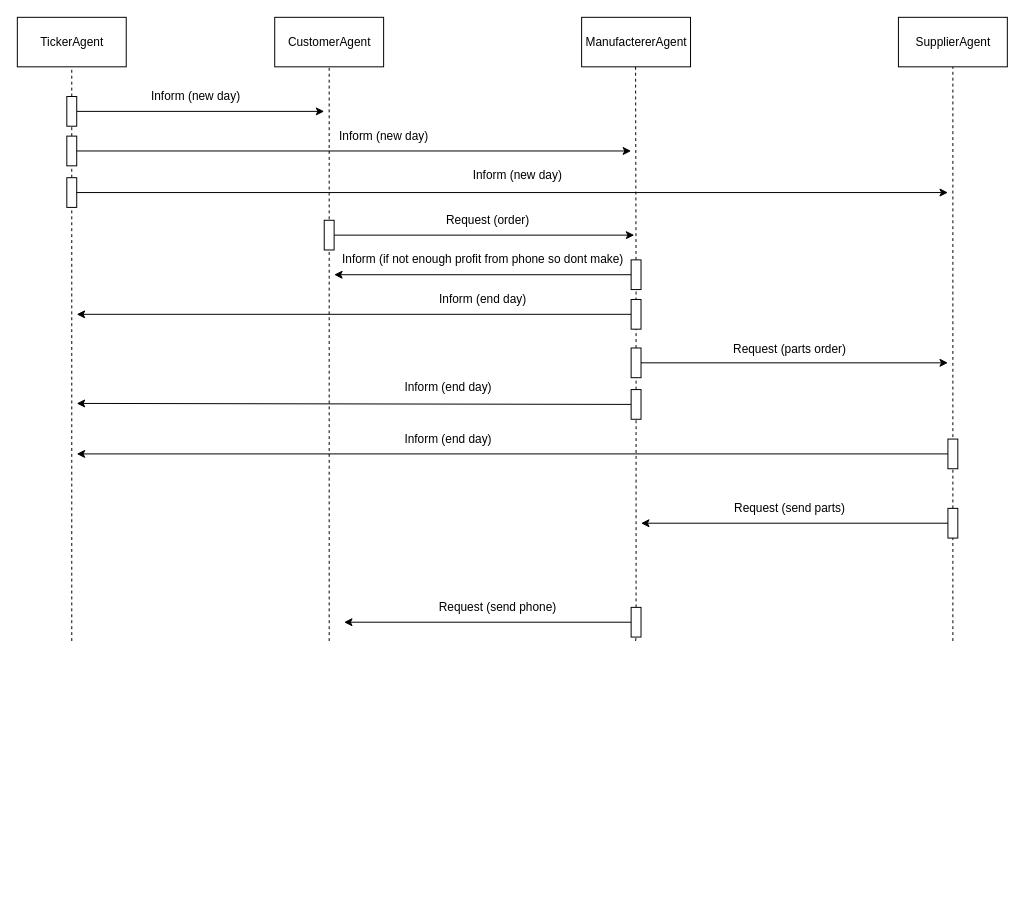
The draw.io diagram Coursework/Communication Protocols.drawio in U9601/Multi-AgentSystems, before the edit. Source tidied: cells renumbered, new cells numbered last; positions are measured from the earlier drawing's top-left corner, leaving out a move shared by most shapes. Both pictures are drawn from the tidied source at 99%, with x=0, y=0 at pixel (17, 17).
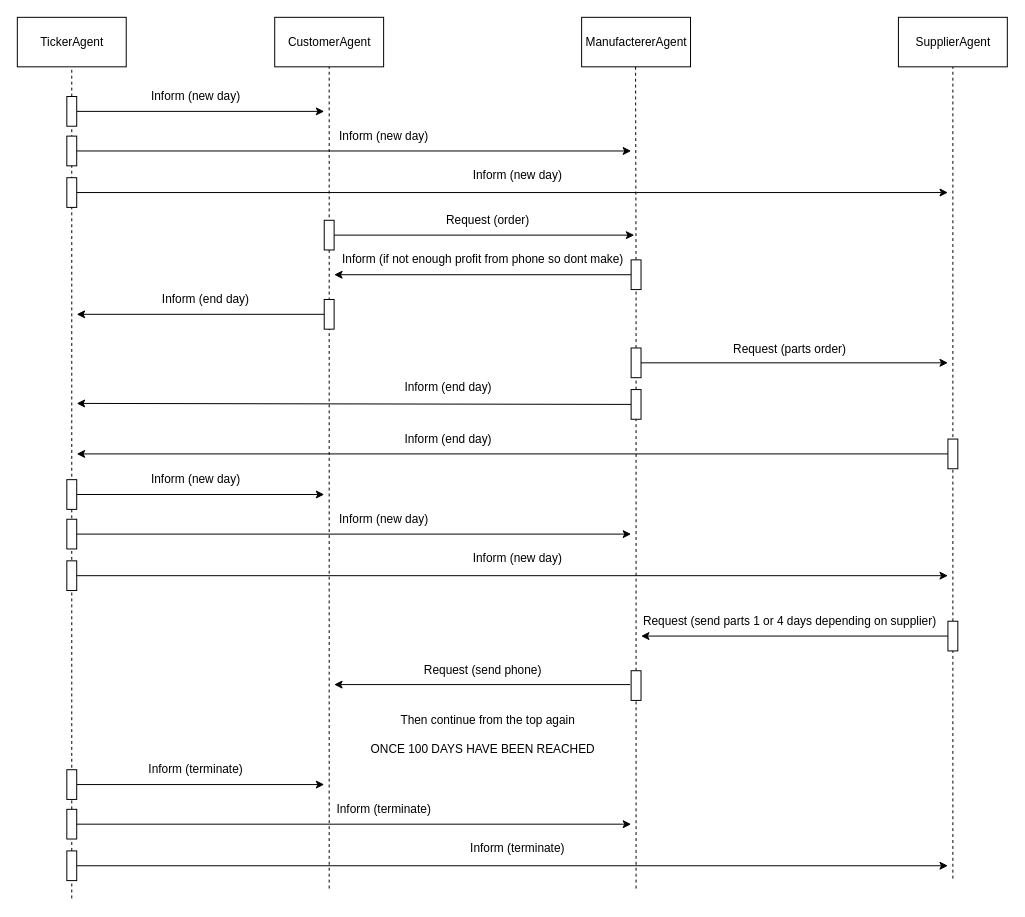
Above is the later version.

The change refers to these unchanged cells:
```xml
<mxCell id="3" value="CustomerAgent" style="html=1;" parent="1" vertex="1">
  <mxGeometry x="260" width="110" height="50" as="geometry" />
</mxCell>
<mxCell id="11" style="rounded=0;whiteSpace=wrap;html=1;" parent="1" vertex="1">
  <mxGeometry x="50" y="80" width="10" height="30" as="geometry" />
</mxCell>
```

The edit, as a diff of the source:
```diff
@@
     <mxCell id="7" style="endArrow=none;dashed=1;html=1;entryX=0.5;entryY=1;entryDx=0;entryDy=0;" parent="1" edge="1" target="3">
       <mxGeometry relative="1" as="geometry">
-        <mxPoint x="315" y="630" as="sourcePoint" />
+        <mxPoint x="315" y="880" as="sourcePoint" />
       </mxGeometry>
     </mxCell>
@@
     <mxCell id="12" style="endArrow=none;dashed=1;html=1;entryX=0.5;entryY=1;entryDx=0;entryDy=0;" parent="1" edge="1" target="11">
       <mxGeometry relative="1" as="geometry">
-        <mxPoint x="55" y="630" as="sourcePoint" />
+        <mxPoint x="55" y="890" as="sourcePoint" />
       </mxGeometry>
     </mxCell>
@@
     <mxCell id="30" style="rounded=0;whiteSpace=wrap;html=1;" parent="1" vertex="1">
-      <mxGeometry x="940" y="496" width="10" height="30" as="geometry" />
+      <mxGeometry x="940" y="610" width="10" height="30" as="geometry" />
     </mxCell>
     <mxCell id="31" style="endArrow=none;dashed=1;html=1;entryX=0.5;entryY=1;entryDx=0;entryDy=0;" parent="1" edge="1" target="30">
       <mxGeometry relative="1" as="geometry">
-        <mxPoint x="945" y="630" as="sourcePoint" />
+        <mxPoint x="945" y="870" as="sourcePoint" />
       </mxGeometry>
     </mxCell>
     <mxCell id="32" style="endArrow=classic;html=1;exitX=0;exitY=0.5;exitDx=0;exitDy=0;" parent="1" edge="1" source="30">
       <mxGeometry relative="1" as="geometry">
-        <mxPoint x="630" y="511" as="targetPoint" />
+        <mxPoint x="630" y="625" as="targetPoint" />
       </mxGeometry>
     </mxCell>
-    <mxCell id="33" value="Request (send parts)" style="text;html=1;align=center;verticalAlign=middle;" parent="1" vertex="1">
-      <mxGeometry x="715" y="486" width="130" height="20" as="geometry" />
+    <mxCell id="33" value="Request (send parts 1 or 4 days depending on supplier)" style="text;html=1;align=center;verticalAlign=middle;" parent="1" vertex="1">
+      <mxGeometry x="625" y="600" width="310" height="20" as="geometry" />
     </mxCell>
     <mxCell id="34" style="rounded=0;whiteSpace=wrap;html=1;" parent="1" vertex="1">
-      <mxGeometry x="620" y="596" width="10" height="30" as="geometry" />
+      <mxGeometry x="620" y="660" width="10" height="30" as="geometry" />
     </mxCell>
     <mxCell id="35" style="endArrow=none;dashed=1;html=1;entryX=0.5;entryY=1;entryDx=0;entryDy=0;fontStyle=1;" parent="1" edge="1" target="34">
       <mxGeometry relative="1" as="geometry">
-        <mxPoint x="624.5" y="630" as="sourcePoint" />
+        <mxPoint x="625" y="880" as="sourcePoint" />
       </mxGeometry>
     </mxCell>
-    <mxCell id="36" style="endArrow=classic;html=1;exitX=0;exitY=0.5;exitDx=0;exitDy=0;" parent="1" edge="1" source="34">
+    <mxCell id="36" style="endArrow=classic;html=1;exitX=0;exitY=0.5;exitDx=0;exitDy=0;" parent="1" edge="1">
       <mxGeometry relative="1" as="geometry">
-        <mxPoint x="330" y="611" as="targetPoint" />
+        <mxPoint x="619" y="674" as="sourcePoint" />
+        <mxPoint x="320" y="674" as="targetPoint" />
       </mxGeometry>
     </mxCell>
     <mxCell id="37" value="Request (send phone)" style="text;html=1;align=center;verticalAlign=middle;" parent="1" vertex="1">
-      <mxGeometry x="420" y="586" width="130" height="20" as="geometry" />
+      <mxGeometry x="405" y="650" width="130" height="20" as="geometry" />
     </mxCell>
@@
-    <mxCell id="43" style="endArrow=classic;html=1;exitX=1;exitY=0.5;exitDx=0;exitDy=0;" parent="1" edge="1">
+    <mxCell id="43" style="endArrow=classic;html=1;" parent="1" edge="1">
       <mxGeometry relative="1" as="geometry">
-        <mxPoint x="630" y="300" as="sourcePoint" />
+        <mxPoint x="310" y="300" as="sourcePoint" />
         <mxPoint x="60" y="300" as="targetPoint" />
       </mxGeometry>
     </mxCell>
     <mxCell id="44" value="Inform (end day)" style="text;html=1;align=center;verticalAlign=middle;" parent="1" vertex="1">
-      <mxGeometry x="420" y="275" width="100" height="20" as="geometry" />
+      <mxGeometry x="140" y="275" width="100" height="20" as="geometry" />
     </mxCell>
     <mxCell id="45" style="rounded=0;whiteSpace=wrap;html=1;" parent="1" vertex="1">
-      <mxGeometry x="620" y="285" width="10" height="30" as="geometry" />
+      <mxGeometry x="310" y="285" width="10" height="30" as="geometry" />
     </mxCell>
@@
+    <mxCell id="48" style="endArrow=classic;html=1;exitX=1;exitY=0.5;exitDx=0;exitDy=0;" parent="1" edge="1" source="49">
+      <mxGeometry relative="1" as="geometry">
+        <mxPoint x="310" y="482" as="targetPoint" />
+      </mxGeometry>
+    </mxCell>
+    <mxCell id="49" style="rounded=0;whiteSpace=wrap;html=1;" parent="1" vertex="1">
+      <mxGeometry x="50" y="467" width="10" height="30" as="geometry" />
+    </mxCell>
+    <mxCell id="50" value="Inform (new day)" style="text;html=1;align=center;verticalAlign=middle;" parent="1" vertex="1">
+      <mxGeometry x="125" y="457" width="110" height="20" as="geometry" />
+    </mxCell>
+    <mxCell id="51" style="rounded=0;whiteSpace=wrap;html=1;" parent="1" vertex="1">
+      <mxGeometry x="50" y="507" width="10" height="30" as="geometry" />
+    </mxCell>
+    <mxCell id="52" style="endArrow=classic;html=1;exitX=1;exitY=0.5;exitDx=0;exitDy=0;" parent="1" edge="1" source="51">
+      <mxGeometry relative="1" as="geometry">
+        <mxPoint x="620" y="522" as="targetPoint" />
+      </mxGeometry>
+    </mxCell>
+    <mxCell id="53" value="Inform (new day)" style="text;html=1;align=center;verticalAlign=middle;" parent="1" vertex="1">
+      <mxGeometry x="315" y="497" width="110" height="20" as="geometry" />
+    </mxCell>
+    <mxCell id="54" style="rounded=0;whiteSpace=wrap;html=1;" parent="1" vertex="1">
+      <mxGeometry x="50" y="549" width="10" height="30" as="geometry" />
+    </mxCell>
+    <mxCell id="55" style="endArrow=classic;html=1;exitX=1;exitY=0.5;exitDx=0;exitDy=0;" parent="1" edge="1" source="54">
+      <mxGeometry relative="1" as="geometry">
+        <mxPoint x="940" y="564" as="targetPoint" />
+      </mxGeometry>
+    </mxCell>
+    <mxCell id="56" value="Inform (new day)" style="text;html=1;align=center;verticalAlign=middle;" parent="1" vertex="1">
+      <mxGeometry x="450" y="537" width="110" height="20" as="geometry" />
+    </mxCell>
+    <mxCell id="57" value="Then continue from the top again" style="text;html=1;align=center;verticalAlign=middle;" parent="1" vertex="1">
+      <mxGeometry x="380" y="700" width="190" height="20" as="geometry" />
+    </mxCell>
+    <mxCell id="58" value="ONCE 100 DAYS HAVE BEEN REACHED" style="text;html=1;align=center;verticalAlign=middle;" parent="1" vertex="1">
+      <mxGeometry x="350" y="730" width="240" height="20" as="geometry" />
+    </mxCell>
+    <mxCell id="59" style="endArrow=classic;html=1;exitX=1;exitY=0.5;exitDx=0;exitDy=0;" parent="1" edge="1" source="60">
+      <mxGeometry relative="1" as="geometry">
+        <mxPoint x="310" y="775" as="targetPoint" />
+      </mxGeometry>
+    </mxCell>
+    <mxCell id="60" style="rounded=0;whiteSpace=wrap;html=1;" parent="1" vertex="1">
+      <mxGeometry x="50" y="760" width="10" height="30" as="geometry" />
+    </mxCell>
+    <mxCell id="61" value="Inform (terminate)" style="text;html=1;align=center;verticalAlign=middle;" parent="1" vertex="1">
+      <mxGeometry x="125" y="750" width="110" height="20" as="geometry" />
+    </mxCell>
+    <mxCell id="62" style="rounded=0;whiteSpace=wrap;html=1;" parent="1" vertex="1">
+      <mxGeometry x="50" y="800" width="10" height="30" as="geometry" />
+    </mxCell>
+    <mxCell id="63" style="endArrow=classic;html=1;exitX=1;exitY=0.5;exitDx=0;exitDy=0;" parent="1" edge="1" source="62">
+      <mxGeometry relative="1" as="geometry">
+        <mxPoint x="620" y="815" as="targetPoint" />
+      </mxGeometry>
+    </mxCell>
+    <mxCell id="64" value="Inform (terminate)" style="text;html=1;align=center;verticalAlign=middle;" parent="1" vertex="1">
+      <mxGeometry x="315" y="790" width="110" height="20" as="geometry" />
+    </mxCell>
+    <mxCell id="65" style="rounded=0;whiteSpace=wrap;html=1;" parent="1" vertex="1">
+      <mxGeometry x="50" y="842" width="10" height="30" as="geometry" />
+    </mxCell>
+    <mxCell id="66" style="endArrow=classic;html=1;exitX=1;exitY=0.5;exitDx=0;exitDy=0;" parent="1" edge="1" source="65">
+      <mxGeometry relative="1" as="geometry">
+        <mxPoint x="940" y="857" as="targetPoint" />
+      </mxGeometry>
+    </mxCell>
+    <mxCell id="67" value="Inform (terminate)" style="text;html=1;align=center;verticalAlign=middle;" parent="1" vertex="1">
+      <mxGeometry x="450" y="830" width="110" height="20" as="geometry" />
+    </mxCell>
```
